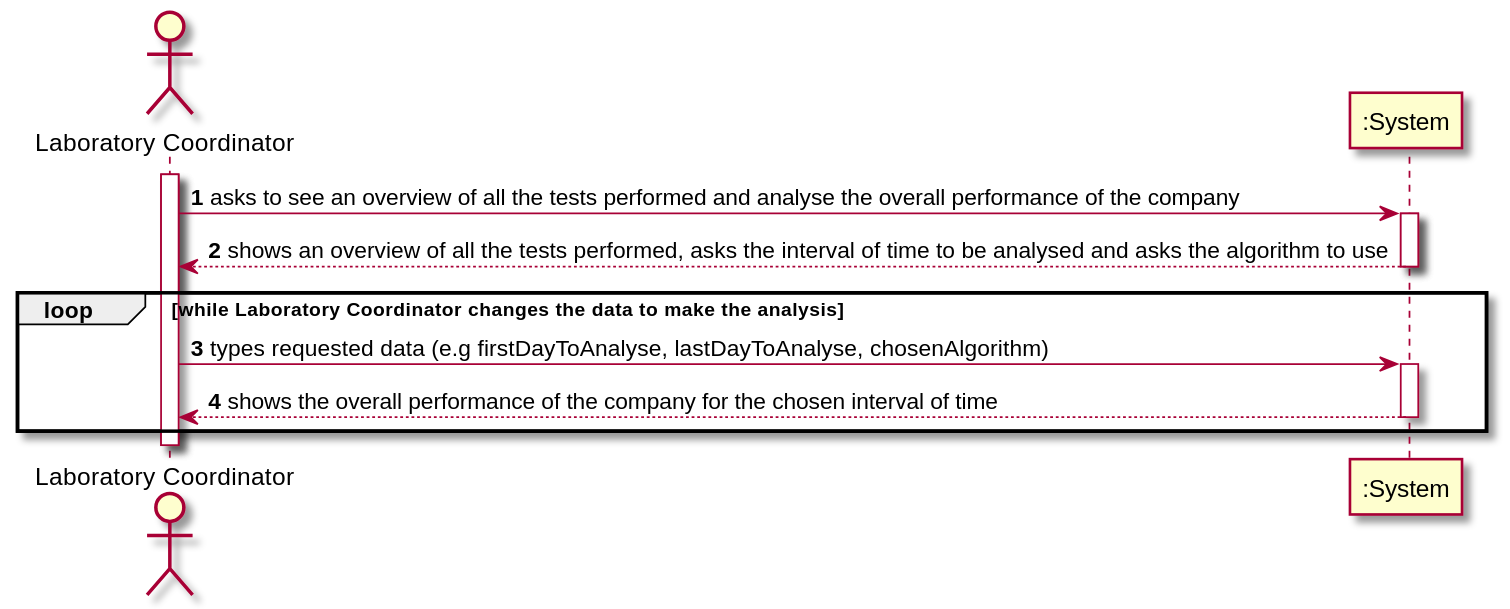
This is docs/SprintD/US_16/US016_SSD.svg from ana-albergaria/LAPR2-ISEP, a PlantUML export, as it was before one commit.
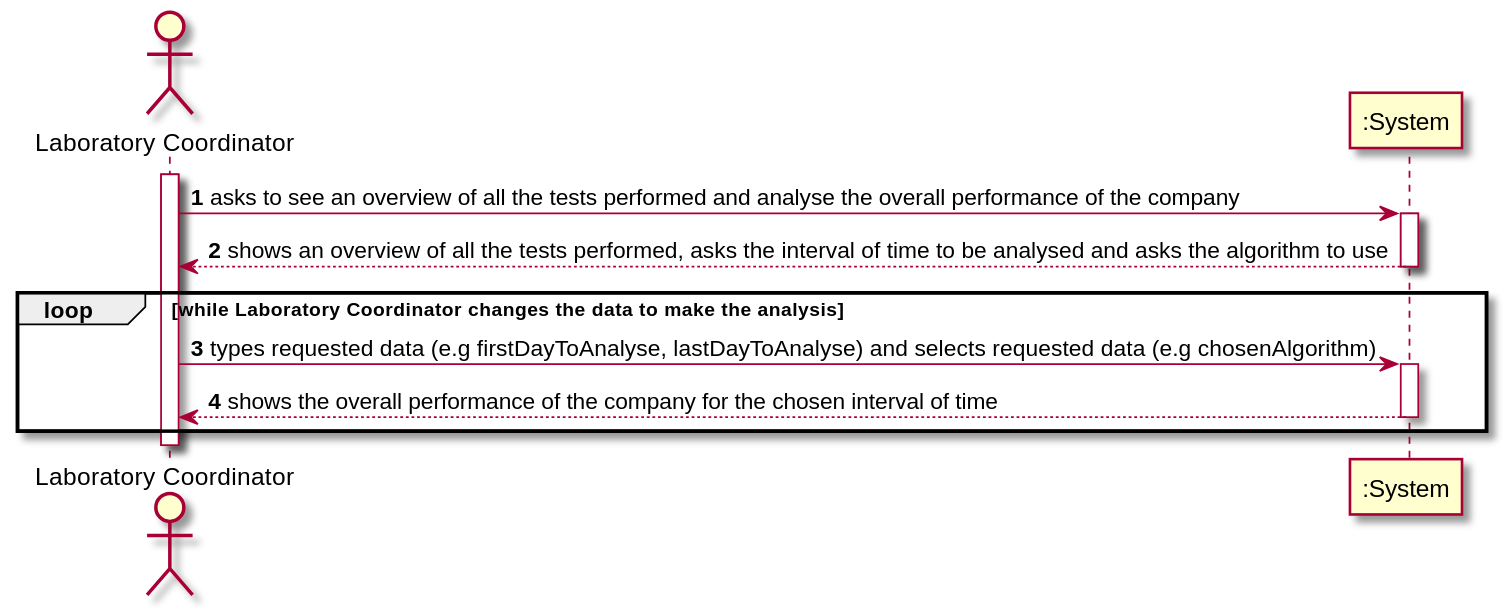
After the change.

What changed in the source:
```diff
@@ -9,7 +9,7 @@
 deactivate ":System"
 
 loop while Laboratory Coordinator changes the data to make the analysis
-LC-> ":System" : types requested data (e.g firstDayToAnalyse, lastDayToAnalyse, chosenAlgorithm)
+LC-> ":System" : types requested data (e.g firstDayToAnalyse, lastDayToAnalyse) and selects requested data (e.g chosenAlgorithm)
 activate ":System"
 ":System" --> LC : shows the overall performance of the company for the chosen interval of time
 deactivate ":System"
```
